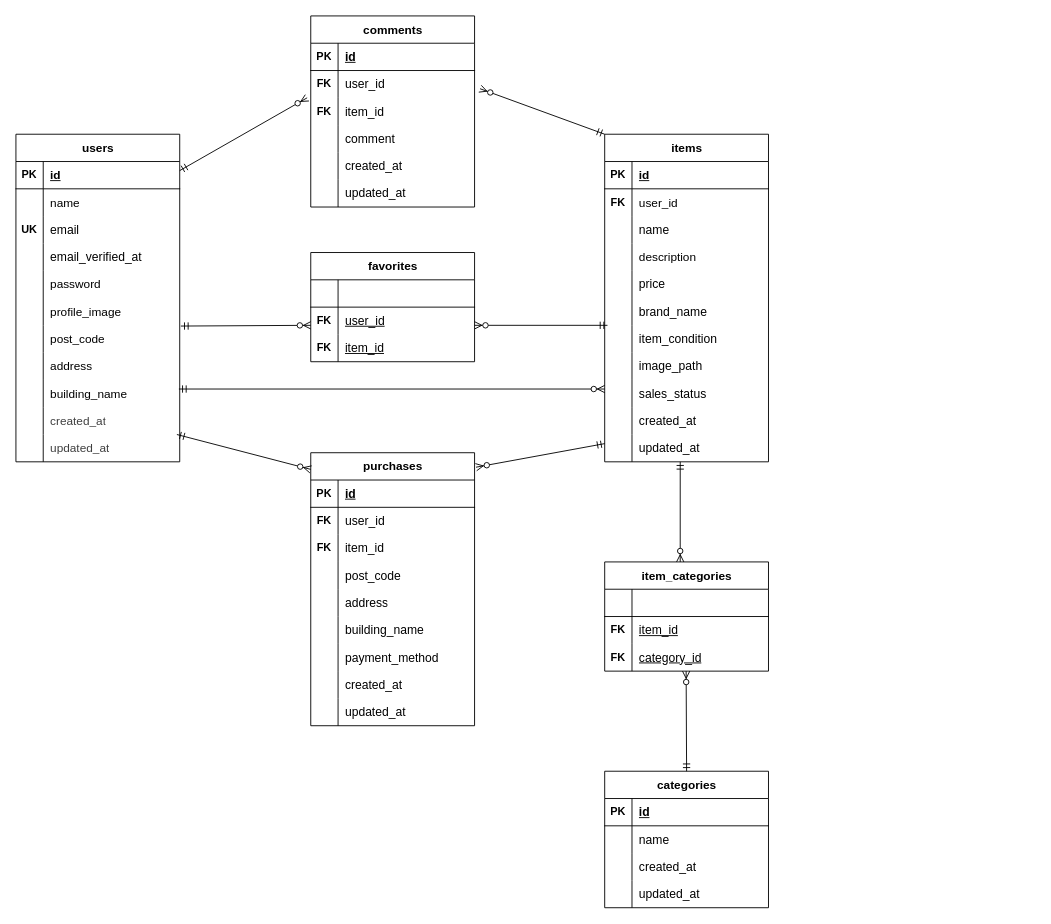
uraurasan/free-market keeps this draw.io diagram as images/.drawio. Above is the earlier version. Source tidied: cells renumbered, new cells numbered last; positions are measured from the earlier drawing's top-left corner, leaving out a move shared by most shapes. Both pictures are drawn from the tidied source at 91%, with x=0, y=0 at pixel (15, 15).
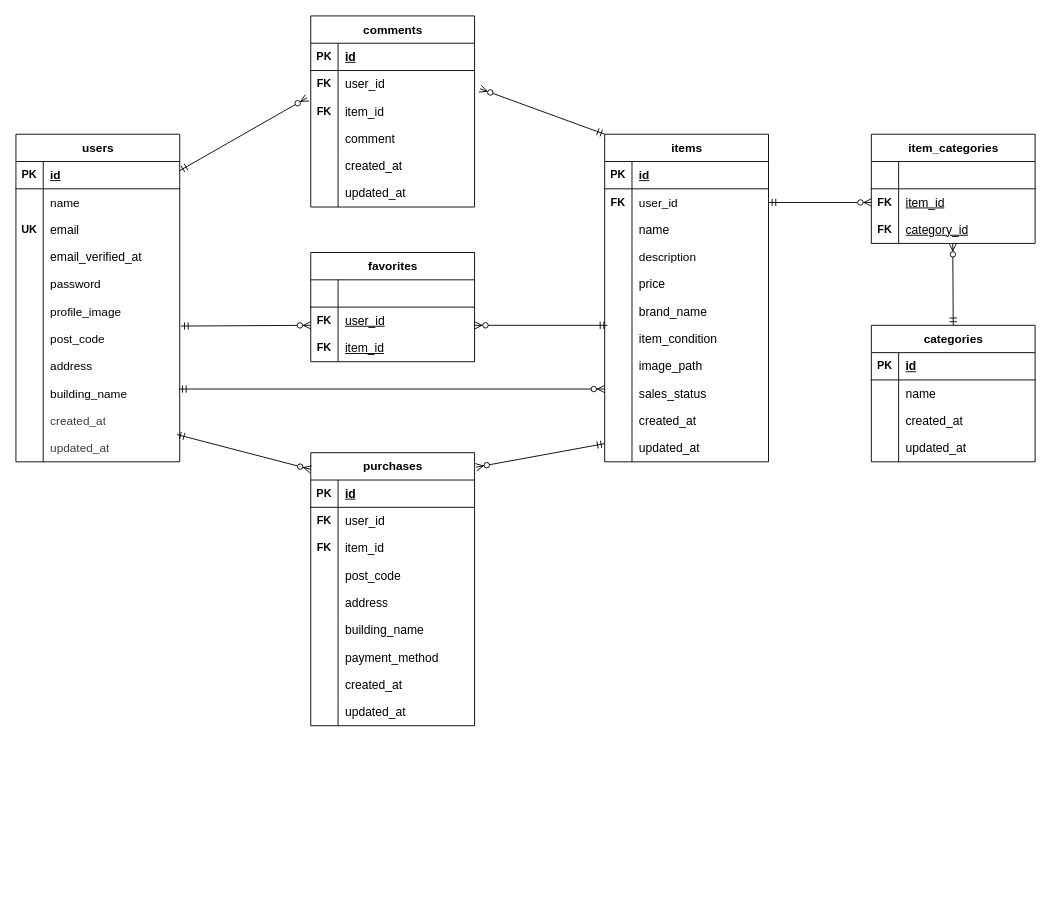
Above is the later version.

Unchanged cells that the change refers to:
```xml
<mxCell id="40" style="shape=tableRow;horizontal=0;startSize=0;swimlaneHead=0;swimlaneBody=0;fillColor=none;points=[[0,0.5],[1,0.5]];portConstraint=eastwest;top=0;left=0;right=0;bottom=0;" parent="36" vertex="1">
  <mxGeometry y="60" width="180" height="30" as="geometry" />
</mxCell>
<mxCell id="87" style="shape=tableRow;horizontal=0;startSize=0;swimlaneHead=0;swimlaneBody=0;fillColor=none;points=[[0,0.5],[1,0.5]];portConstraint=eastwest;top=0;left=0;right=0;bottom=0;" parent="83" vertex="1">
  <mxGeometry y="60" width="180" height="30" as="geometry" />
</mxCell>
```

Change to the diagram source:
```diff
@@
     <mxCell id="70" value="&lt;font style=&quot;font-size: 13px;&quot;&gt;categories&lt;/font&gt;" style="shape=table;startSize=30;childLayout=tableLayout;rowLines=0;fontStyle=1;align=center;html=1;" parent="1" vertex="1">
-      <mxGeometry x="647" y="830" width="180" height="150" as="geometry" />
+      <mxGeometry x="940" y="340" width="180" height="150" as="geometry" />
     </mxCell>
@@
     <mxCell id="83" value="&lt;font style=&quot;font-size: 13px;&quot;&gt;item_categories&lt;/font&gt;" style="shape=table;startSize=30;childLayout=tableLayout;rowLines=0;fontStyle=1;align=center;html=1;" parent="1" vertex="1">
-      <mxGeometry x="647" y="600" width="180" height="120" as="geometry" />
+      <mxGeometry x="940" y="130" width="180" height="120" as="geometry" />
     </mxCell>
@@
-    <mxCell id="157" style="fontSize=12;html=1;endArrow=ERzeroToMany;startArrow=ERmandOne;entryX=1.009;entryY=0.053;entryDx=0;entryDy=0;entryPerimeter=0;exitX=0.5;exitY=0;exitDx=0;exitDy=0;" parent="1" edge="1" source="70">
+    <mxCell id="157" style="fontSize=12;html=1;endArrow=ERzeroToMany;startArrow=ERmandOne;" parent="1" edge="1">
       <mxGeometry relative="1" as="geometry">
-        <mxPoint x="736.5" y="720" as="targetPoint" />
+        <mxPoint x="1030" y="340" as="sourcePoint" />
+        <mxPoint x="1029.5" y="250" as="targetPoint" />
       </mxGeometry>
     </mxCell>
-    <mxCell id="158" style="fontSize=12;html=1;endArrow=ERzeroToMany;startArrow=ERmandOne;entryX=0.461;entryY=0;entryDx=0;entryDy=0;entryPerimeter=0;" parent="1" edge="1" target="83">
-      <mxGeometry relative="1" as="geometry">
-        <mxPoint x="730" y="490" as="sourcePoint" />
-      </mxGeometry>
+    <mxCell id="158" style="fontSize=12;html=1;endArrow=ERzeroToMany;startArrow=ERmandOne;entryX=0;entryY=0.5;entryDx=0;entryDy=0;exitX=1;exitY=0.5;exitDx=0;exitDy=0;" parent="1" edge="1" source="40" target="87">
+      <mxGeometry relative="1" as="geometry" />
     </mxCell>
```
